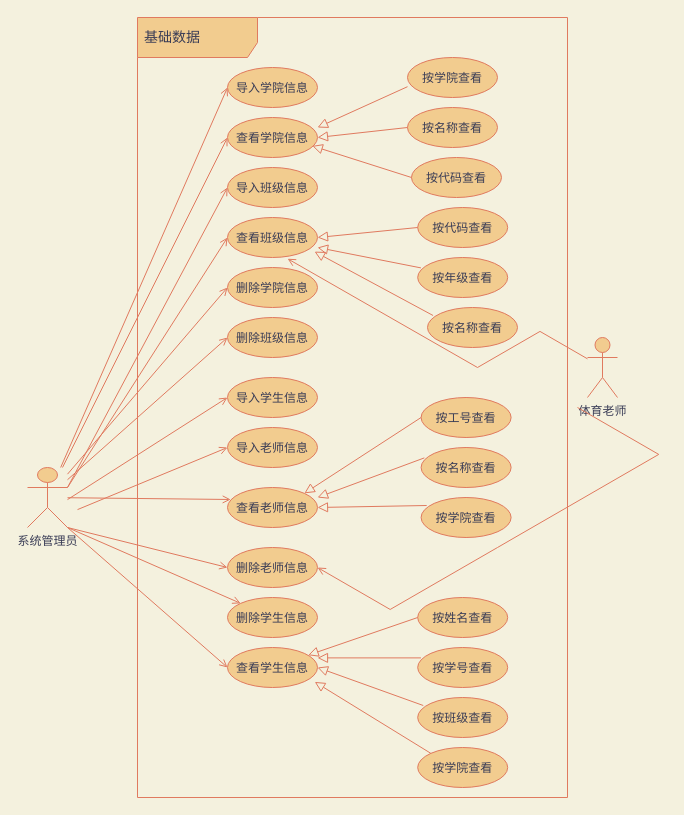
The draw.io diagram docs/img-raw/需求分析/基础数据用例图.drawio in rufeng-h/healthman, before the edit. Source tidied: cells renumbered, new cells numbered last; positions are measured from the earlier drawing's top-left corner, leaving out a move shared by most shapes. Both pictures are drawn from the tidied source at 100%, with x=0, y=0 at pixel (27, 17).
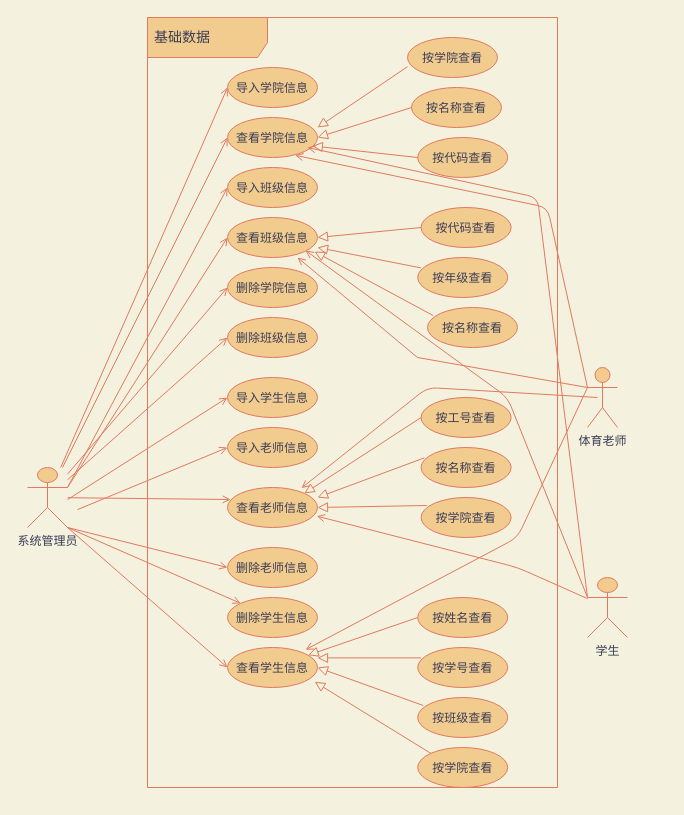
The same page after the edit.

Unchanged cells that the change refers to:
```xml
<mxCell id="4" value="查看学院信息" style="ellipse;fillColor=#F2CC8F;strokeColor=#E07A5F;fontColor=#393C56;" parent="1" vertex="1">
  <mxGeometry x="200" y="100" width="90" height="40" as="geometry" />
</mxCell>
<mxCell id="15" value="查看班级信息" style="ellipse;fillColor=#F2CC8F;strokeColor=#E07A5F;fontColor=#393C56;" parent="1" vertex="1">
  <mxGeometry x="200" y="200" width="90" height="40" as="geometry" />
</mxCell>
<mxCell id="35" value="查看学生信息" style="ellipse;fillColor=#F2CC8F;strokeColor=#E07A5F;fontColor=#393C56;" parent="1" vertex="1">
  <mxGeometry x="200" y="630" width="90" height="40" as="geometry" />
</mxCell>
<mxCell id="37" value="查看老师信息" style="ellipse;fillColor=#F2CC8F;strokeColor=#E07A5F;fontColor=#393C56;" parent="1" vertex="1">
  <mxGeometry x="200" y="470" width="90" height="40" as="geometry" />
</mxCell>
<mxCell id="38" value="删除老师信息" style="ellipse;fillColor=#F2CC8F;strokeColor=#E07A5F;fontColor=#393C56;" parent="1" vertex="1">
  <mxGeometry x="200" y="530" width="90" height="40" as="geometry" />
</mxCell>
```

What changed in the source:
```diff
@@
     <mxCell id="9" value="按学院查看" style="ellipse;fillColor=#F2CC8F;strokeColor=#E07A5F;fontColor=#393C56;" parent="1" vertex="1">
-      <mxGeometry x="380" y="40" width="90" height="40" as="geometry" />
+      <mxGeometry x="380" y="20" width="90" height="40" as="geometry" />
     </mxCell>
@@
     <mxCell id="11" value="按代码查看" style="ellipse;fillColor=#F2CC8F;strokeColor=#E07A5F;fontColor=#393C56;" parent="1" vertex="1">
-      <mxGeometry x="384" y="140" width="90" height="40" as="geometry" />
+      <mxGeometry x="390.2" y="120" width="90" height="40" as="geometry" />
     </mxCell>
     <mxCell id="12" value="按名称查看" style="ellipse;fillColor=#F2CC8F;strokeColor=#E07A5F;fontColor=#393C56;" parent="1" vertex="1">
-      <mxGeometry x="380" y="90" width="90" height="40" as="geometry" />
+      <mxGeometry x="384" y="70" width="90" height="40" as="geometry" />
     </mxCell>
@@
     <mxCell id="29" value="按代码查看" style="ellipse;fillColor=#F2CC8F;strokeColor=#E07A5F;fontColor=#393C56;" parent="1" vertex="1">
-      <mxGeometry x="390.2" y="190" width="90" height="40" as="geometry" />
+      <mxGeometry x="393.6" y="190" width="90" height="40" as="geometry" />
     </mxCell>
@@
-    <mxCell id="53" style="edgeStyle=isometricEdgeStyle;rounded=0;jettySize=auto;html=1;elbow=vertical;entryX=0.667;entryY=1.03;entryDx=0;entryDy=0;entryPerimeter=0;labelBackgroundColor=#F4F1DE;strokeColor=#E07A5F;fontColor=#393C56;endArrow=open;endFill=0;" parent="1" edge="1" source="54" target="15">
+    <mxCell id="53" style="rounded=0;orthogonalLoop=1;jettySize=auto;html=1;elbow=vertical;labelBackgroundColor=#F4F1DE;strokeColor=#E07A5F;fontColor=#393C56;endArrow=open;endFill=0;" parent="1" edge="1">
       <mxGeometry relative="1" as="geometry">
+        <mxPoint x="560" y="370" as="sourcePoint" />
+        <mxPoint x="270" y="240" as="targetPoint" />
         <Array as="points">
-          <mxPoint x="450" y="350" />
-          <mxPoint x="470" y="360" />
+          <mxPoint x="390" y="340" />
         </Array>
       </mxGeometry>
     </mxCell>
     <mxCell id="54" value="体育老师" style="shape=umlActor;verticalLabelPosition=bottom;verticalAlign=top;html=1;outlineConnect=0;fillColor=#F2CC8F;strokeColor=#E07A5F;fontColor=#393C56;" parent="1" vertex="1">
-      <mxGeometry x="560" y="320" width="30" height="60" as="geometry" />
+      <mxGeometry x="560" y="350" width="30" height="60" as="geometry" />
     </mxCell>
-    <mxCell id="55" style="endArrow=open;startArrow=none;endFill=0;startFill=0;html=1;verticalAlign=bottom;labelBackgroundColor=none;strokeWidth=1;rounded=0;entryX=1;entryY=0.5;entryDx=0;entryDy=0;strokeColor=#E07A5F;fontColor=#393C56;edgeStyle=isometricEdgeStyle;elbow=vertical;" parent="1" edge="1" target="38">
-      <mxGeometry relative="1" as="geometry">
-        <mxPoint x="550" y="390" as="sourcePoint" />
-        <Array as="points">
-          <mxPoint x="470" y="530" />
-        </Array>
-      </mxGeometry>
-    </mxCell>
     <mxCell id="56" value="&lt;font style=&quot;font-size: 14px&quot;&gt;基础数据&lt;/font&gt;" style="shape=umlFrame;whiteSpace=wrap;html=1;width=120;height=40;boundedLbl=1;verticalAlign=middle;align=left;spacingLeft=5;rounded=0;sketch=0;fontColor=#393C56;strokeColor=#E07A5F;fillColor=#F2CC8F;" parent="1" vertex="1">
-      <mxGeometry x="110" width="430" height="780" as="geometry" />
+      <mxGeometry x="120" width="410" height="770" as="geometry" />
     </mxCell>
+    <mxCell id="57" value="学生" style="shape=umlActor;verticalLabelPosition=bottom;verticalAlign=top;html=1;outlineConnect=0;rounded=0;sketch=0;fontColor=#393C56;strokeColor=#E07A5F;fillColor=#F2CC8F;" parent="1" vertex="1">
+      <mxGeometry x="560" y="560" width="40" height="60" as="geometry" />
+    </mxCell>
+    <mxCell id="58" style="endArrow=open;html=1;rounded=1;sketch=0;fontColor=#393C56;strokeColor=#E07A5F;fillColor=#F2CC8F;entryX=0.751;entryY=0.945;entryDx=0;entryDy=0;entryPerimeter=0;endFill=0;" parent="1" edge="1" target="4">
+      <mxGeometry relative="1" as="geometry">
+        <mxPoint x="560" y="370" as="sourcePoint" />
+        <Array as="points">
+          <mxPoint x="520" y="190" />
+        </Array>
+      </mxGeometry>
+    </mxCell>
+    <mxCell id="59" style="endArrow=open;html=1;rounded=1;sketch=0;fontColor=#393C56;strokeColor=#E07A5F;fillColor=#F2CC8F;entryX=0.867;entryY=0.055;entryDx=0;entryDy=0;entryPerimeter=0;endFill=0;" parent="1" edge="1" target="35">
+      <mxGeometry relative="1" as="geometry">
+        <mxPoint x="560" y="370" as="sourcePoint" />
+        <Array as="points">
+          <mxPoint x="490" y="520" />
+        </Array>
+      </mxGeometry>
+    </mxCell>
+    <mxCell id="60" style="endArrow=open;html=1;rounded=1;sketch=0;fontColor=#393C56;strokeColor=#E07A5F;fillColor=#F2CC8F;entryX=0.991;entryY=0.715;entryDx=0;entryDy=0;entryPerimeter=0;endFill=0;" parent="1" edge="1" source="57" target="37">
+      <mxGeometry relative="1" as="geometry">
+        <Array as="points">
+          <mxPoint x="490" y="550" />
+        </Array>
+      </mxGeometry>
+    </mxCell>
+    <mxCell id="61" style="endArrow=open;html=1;rounded=1;sketch=0;fontColor=#393C56;strokeColor=#E07A5F;fillColor=#F2CC8F;endFill=0;exitX=0;exitY=0.333;exitDx=0;exitDy=0;exitPerimeter=0;entryX=0.867;entryY=0.825;entryDx=0;entryDy=0;entryPerimeter=0;" parent="1" edge="1" source="57" target="15">
+      <mxGeometry relative="1" as="geometry">
+        <Array as="points">
+          <mxPoint x="480" y="380" />
+        </Array>
+      </mxGeometry>
+    </mxCell>
+    <mxCell id="62" style="endArrow=open;html=1;rounded=1;sketch=0;fontColor=#393C56;strokeColor=#E07A5F;fillColor=#F2CC8F;endFill=0;entryX=0.889;entryY=0.75;entryDx=0;entryDy=0;entryPerimeter=0;" parent="1" edge="1" target="4">
+      <mxGeometry relative="1" as="geometry">
+        <mxPoint x="560" y="580" as="sourcePoint" />
+        <Array as="points">
+          <mxPoint x="510" y="180" />
+        </Array>
+      </mxGeometry>
+    </mxCell>
+    <mxCell id="63" style="endArrow=open;html=1;rounded=1;sketch=0;fontColor=#393C56;strokeColor=#E07A5F;fillColor=#F2CC8F;entryX=0.822;entryY=0.015;entryDx=0;entryDy=0;entryPerimeter=0;endFill=0;" parent="1" edge="1" target="37">
+      <mxGeometry relative="1" as="geometry">
+        <mxPoint x="570" y="380" as="sourcePoint" />
+        <Array as="points">
+          <mxPoint x="400" y="370" />
+        </Array>
+      </mxGeometry>
+    </mxCell>
```
